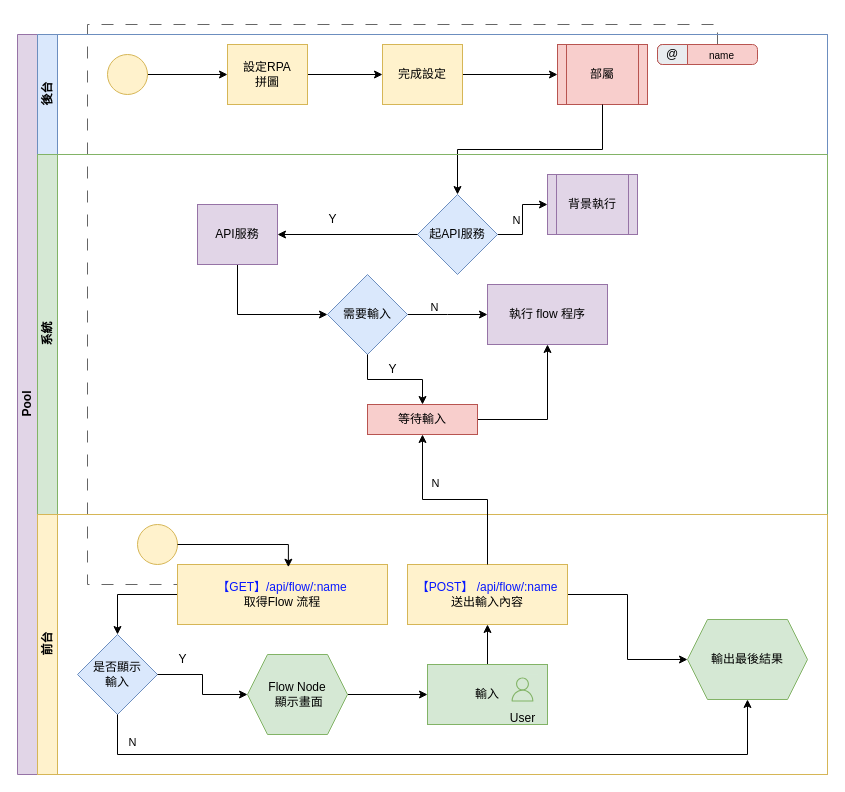
Before: 未命名圖表.drawio in haixyeh/8queen-puzzle, a draw.io diagram. Source tidied: cells renumbered, new cells numbered last; positions are measured from the earlier drawing's top-left corner, leaving out a move shared by most shapes. Both pictures are drawn from the tidied source at 100%, with x=0, y=0 at pixel (17, 24).
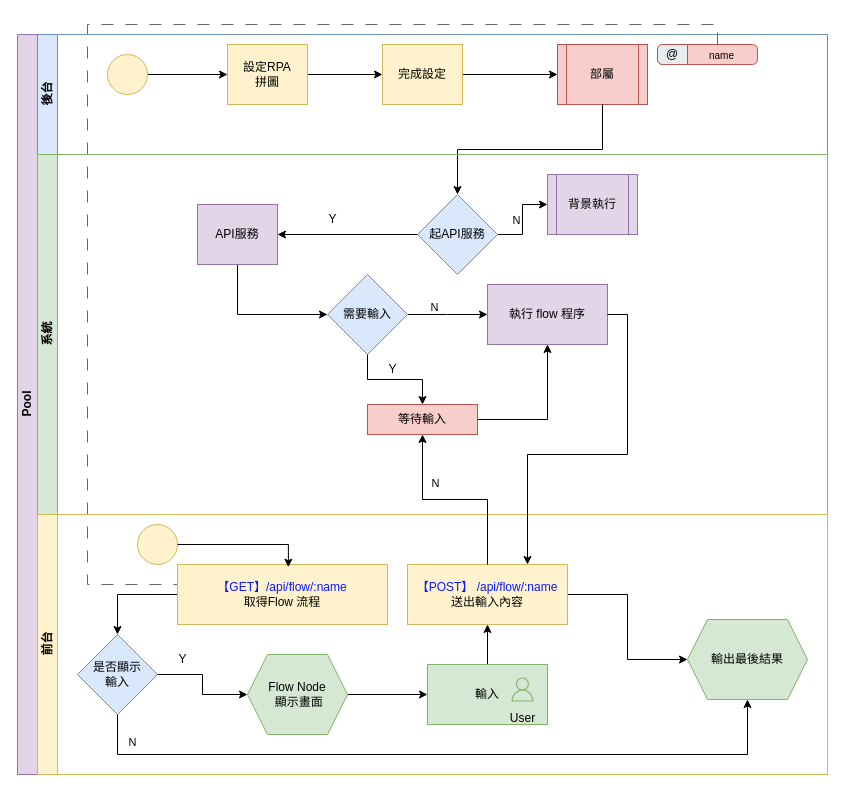
Above is the later version.

Commit message (it also covers changes not shown here):
更新未命名圖表.drawio

The change refers to these unchanged cells:
```xml
<mxCell id="2" value="Pool" style="swimlane;html=1;horizontal=0;startSize=20;fillColor=#e1d5e7;strokeColor=#9673a6;" parent="1" vertex="1">
  <mxGeometry y="10" width="810" height="740" as="geometry" />
</mxCell>
<mxCell id="27" value="執行 flow 程序" style="rounded=0;whiteSpace=wrap;html=1;fillColor=#e1d5e7;strokeColor=#9673a6;" parent="15" vertex="1">
  <mxGeometry x="450" y="130" width="120" height="60" as="geometry" />
</mxCell>
<mxCell id="46" value="&lt;font color=&quot;#0818ff&quot;&gt;【POST】 /api/flow/:name&lt;/font&gt;&lt;br&gt;送出輸入內容" style="whiteSpace=wrap;html=1;fillColor=#fff2cc;strokeColor=#d6b656;rounded=0;" parent="35" vertex="1">
  <mxGeometry x="370" y="50" width="160" height="60" as="geometry" />
</mxCell>
```

What changed in the source:
```diff
@@
+    <mxCell id="61" style="edgeStyle=orthogonalEdgeStyle;rounded=0;jettySize=auto;html=1;entryX=0.75;entryY=0;entryDx=0;entryDy=0;" parent="2" edge="1" source="27" target="46">
+      <mxGeometry relative="1" as="geometry">
+        <Array as="points">
+          <mxPoint x="610" y="280" />
+          <mxPoint x="610" y="420" />
+          <mxPoint x="510" y="420" />
+        </Array>
+      </mxGeometry>
+    </mxCell>
```
